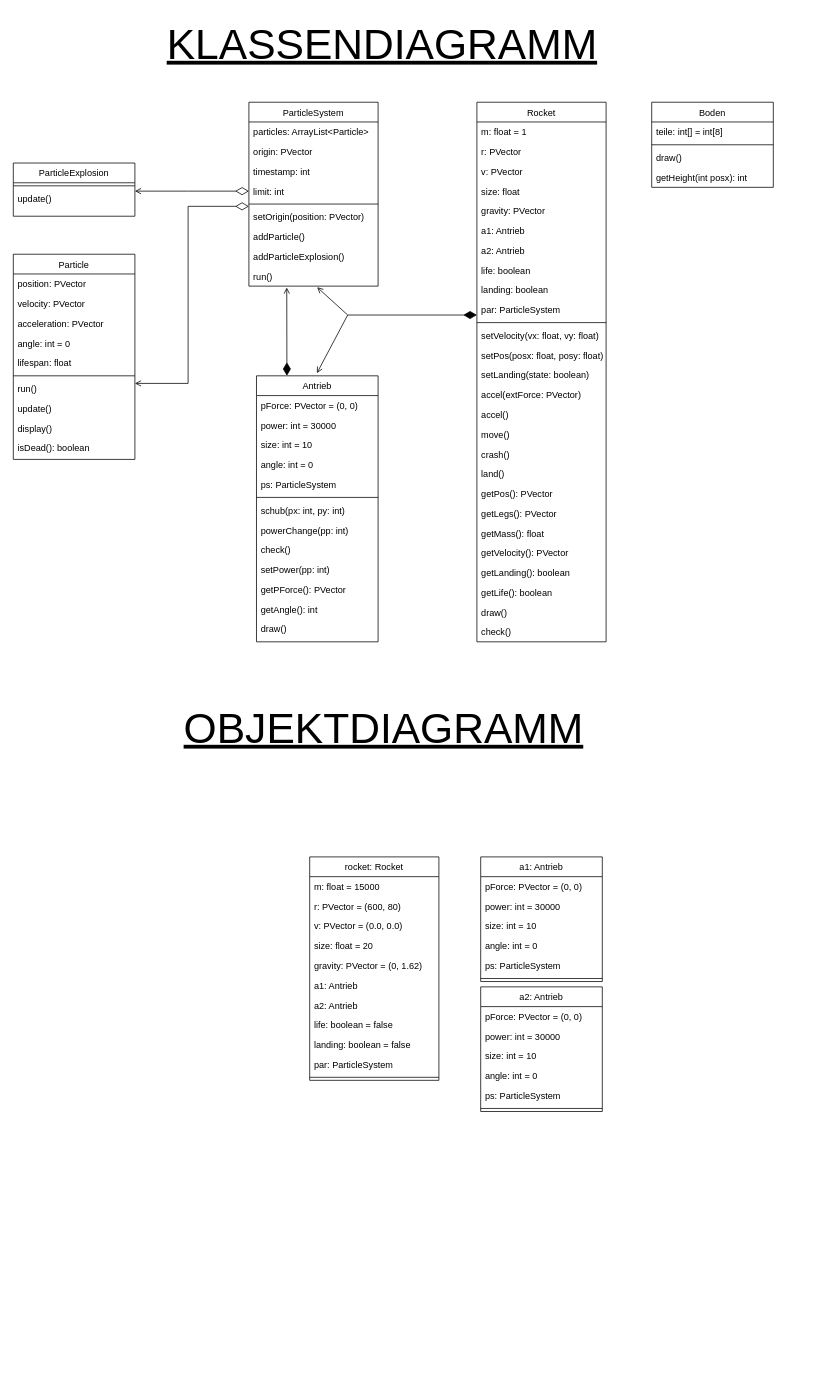
Before: SzeneDiagramme.drawio in BtotheBen/LandingRocketOnMoon, a draw.io diagram. Source tidied: cells renumbered, new cells numbered last; positions are measured from the earlier drawing's top-left corner, leaving out a move shared by most shapes. Both pictures are drawn from the tidied source at 76%, with x=0, y=0 at pixel (13, 13).
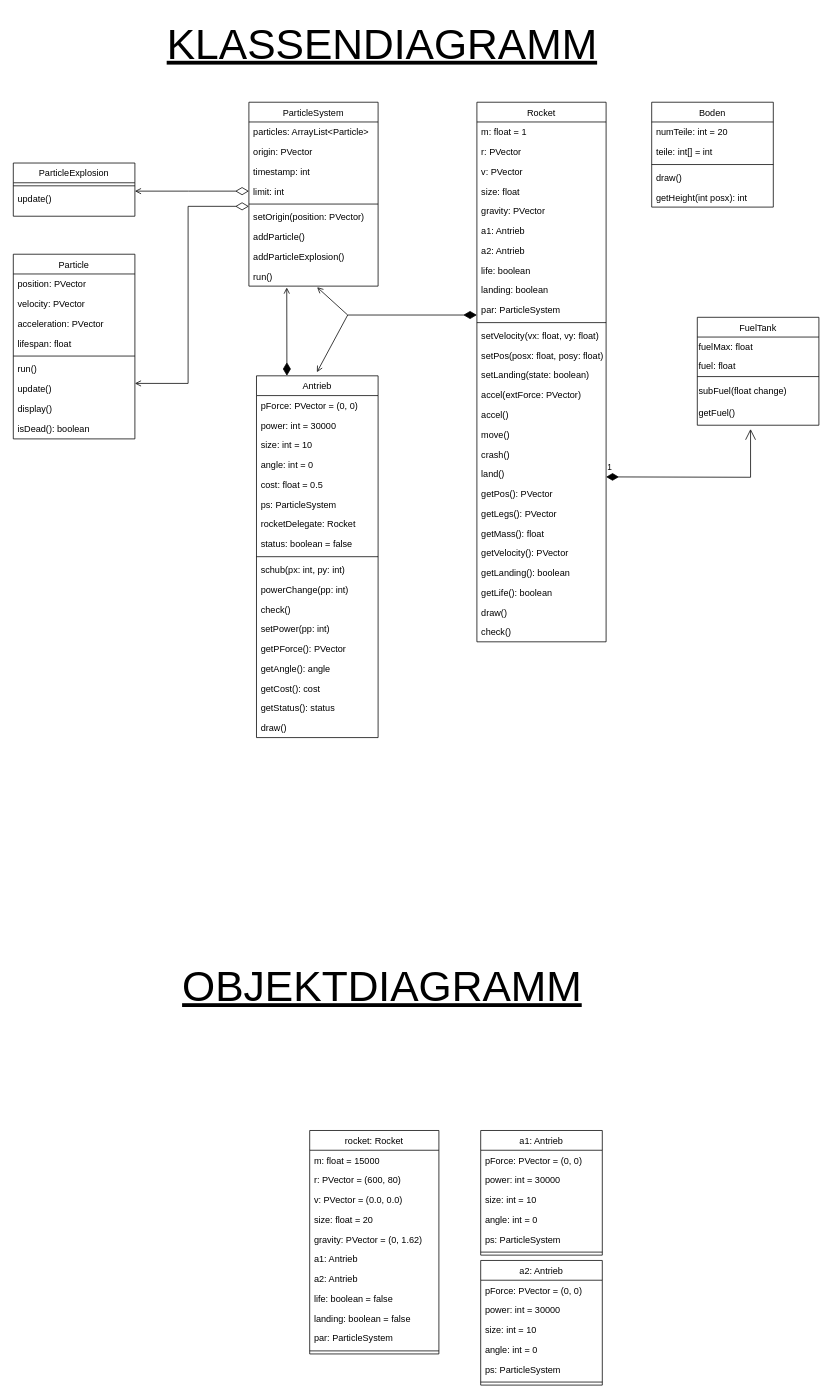
Above is the later version.

Diff of the diagram source:
```diff
@@
     <mxCell id="2" value="Antrieb&#10;" style="swimlane;fontStyle=0;align=center;verticalAlign=top;horizontal=1;startSize=26;rounded=0;shadow=0;strokeWidth=1;" parent="1" vertex="1">
-      <mxGeometry x="320" y="477" width="160" height="350" as="geometry" />
+      <mxGeometry x="320" y="477" width="160" height="476" as="geometry" />
     </mxCell>
@@
+    <mxCell id="107" value="cost: float = 0.5" style="text;align=left;verticalAlign=top;spacingLeft=4;spacingRight=4;overflow=hidden;rounded=0;shadow=0;html=0;" parent="2" vertex="1">
+      <mxGeometry y="130" width="160" height="26" as="geometry" />
+    </mxCell>
     <mxCell id="7" value="ps: ParticleSystem" style="text;align=left;verticalAlign=top;spacingLeft=4;spacingRight=4;overflow=hidden;rounded=0;shadow=0;html=0;" parent="2" vertex="1">
-      <mxGeometry y="130" width="160" height="26" as="geometry" />
+      <mxGeometry y="156" width="160" height="26" as="geometry" />
     </mxCell>
+    <mxCell id="108" value="rocketDelegate: Rocket" style="text;align=left;verticalAlign=top;spacingLeft=4;spacingRight=4;overflow=hidden;rounded=0;shadow=0;html=0;" parent="2" vertex="1">
+      <mxGeometry y="182" width="160" height="26" as="geometry" />
+    </mxCell>
+    <mxCell id="109" value="status: boolean = false" style="text;align=left;verticalAlign=top;spacingLeft=4;spacingRight=4;overflow=hidden;rounded=0;shadow=0;html=0;" parent="2" vertex="1">
+      <mxGeometry y="208" width="160" height="26" as="geometry" />
+    </mxCell>
     <mxCell id="8" style="line;html=1;strokeWidth=1;align=left;verticalAlign=middle;spacingTop=-1;spacingLeft=3;spacingRight=3;labelPosition=right;" parent="2" vertex="1">
-      <mxGeometry y="156" width="160" height="8" as="geometry" />
+      <mxGeometry y="234" width="160" height="8" as="geometry" />
     </mxCell>
     <mxCell id="9" value="schub(px: int, py: int)" style="text;align=left;verticalAlign=top;spacingLeft=4;spacingRight=4;overflow=hidden;" parent="2" vertex="1">
-      <mxGeometry y="164" width="160" height="26" as="geometry" />
+      <mxGeometry y="242" width="160" height="26" as="geometry" />
     </mxCell>
     <mxCell id="10" value="powerChange(pp: int)" style="text;align=left;verticalAlign=top;spacingLeft=4;spacingRight=4;overflow=hidden;" parent="2" vertex="1">
-      <mxGeometry y="190" width="160" height="26" as="geometry" />
+      <mxGeometry y="268" width="160" height="26" as="geometry" />
     </mxCell>
     <mxCell id="11" value="check()" style="text;align=left;verticalAlign=top;spacingLeft=4;spacingRight=4;overflow=hidden;" parent="2" vertex="1">
-      <mxGeometry y="216" width="160" height="26" as="geometry" />
+      <mxGeometry y="294" width="160" height="26" as="geometry" />
     </mxCell>
     <mxCell id="12" value="setPower(pp: int)" style="text;align=left;verticalAlign=top;spacingLeft=4;spacingRight=4;overflow=hidden;" parent="2" vertex="1">
-      <mxGeometry y="242" width="160" height="26" as="geometry" />
+      <mxGeometry y="320" width="160" height="26" as="geometry" />
     </mxCell>
     <mxCell id="13" value="getPForce(): PVector" style="text;align=left;verticalAlign=top;spacingLeft=4;spacingRight=4;overflow=hidden;" parent="2" vertex="1">
-      <mxGeometry y="268" width="160" height="26" as="geometry" />
+      <mxGeometry y="346" width="160" height="26" as="geometry" />
     </mxCell>
-    <mxCell id="14" value="getAngle(): int" style="text;align=left;verticalAlign=top;spacingLeft=4;spacingRight=4;overflow=hidden;" parent="2" vertex="1">
-      <mxGeometry y="294" width="160" height="26" as="geometry" />
+    <mxCell id="14" value="getAngle(): angle" style="text;align=left;verticalAlign=top;spacingLeft=4;spacingRight=4;overflow=hidden;" parent="2" vertex="1">
+      <mxGeometry y="372" width="160" height="26" as="geometry" />
     </mxCell>
+    <mxCell id="110" value="getCost(): cost" style="text;align=left;verticalAlign=top;spacingLeft=4;spacingRight=4;overflow=hidden;" parent="2" vertex="1">
+      <mxGeometry y="398" width="160" height="26" as="geometry" />
+    </mxCell>
+    <mxCell id="111" value="getStatus(): status" style="text;align=left;verticalAlign=top;spacingLeft=4;spacingRight=4;overflow=hidden;" parent="2" vertex="1">
+      <mxGeometry y="424" width="160" height="26" as="geometry" />
+    </mxCell>
     <mxCell id="15" value="draw()" style="text;align=left;verticalAlign=top;spacingLeft=4;spacingRight=4;overflow=hidden;" parent="2" vertex="1">
-      <mxGeometry y="320" width="160" height="26" as="geometry" />
+      <mxGeometry y="450" width="160" height="26" as="geometry" />
     </mxCell>
     <mxCell id="16" value="Boden" style="swimlane;fontStyle=0;align=center;verticalAlign=top;horizontal=1;startSize=26;rounded=0;shadow=0;strokeWidth=1;" parent="1" vertex="1">
-      <mxGeometry x="840" y="117" width="160" height="112" as="geometry" />
+      <mxGeometry x="840" y="117" width="160" height="138" as="geometry" />
     </mxCell>
-    <mxCell id="17" value="teile: int[] = int[8]" style="text;align=left;verticalAlign=top;spacingLeft=4;spacingRight=4;overflow=hidden;" parent="16" vertex="1">
+    <mxCell id="17" value="numTeile: int = 20" style="text;align=left;verticalAlign=top;spacingLeft=4;spacingRight=4;overflow=hidden;" parent="16" vertex="1">
       <mxGeometry y="26" width="160" height="26" as="geometry" />
     </mxCell>
+    <mxCell id="112" value="teile: int[] = int" style="text;align=left;verticalAlign=top;spacingLeft=4;spacingRight=4;overflow=hidden;" parent="16" vertex="1">
+      <mxGeometry y="52" width="160" height="26" as="geometry" />
+    </mxCell>
     <mxCell id="18" style="line;html=1;strokeWidth=1;align=left;verticalAlign=middle;spacingTop=-1;spacingLeft=3;spacingRight=3;labelPosition=right;" parent="16" vertex="1">
-      <mxGeometry y="52" width="160" height="8" as="geometry" />
+      <mxGeometry y="78" width="160" height="8" as="geometry" />
     </mxCell>
     <mxCell id="19" value="draw()" style="text;align=left;verticalAlign=top;spacingLeft=4;spacingRight=4;overflow=hidden;" parent="16" vertex="1">
-      <mxGeometry y="60" width="160" height="26" as="geometry" />
+      <mxGeometry y="86" width="160" height="26" as="geometry" />
     </mxCell>
     <mxCell id="20" value="getHeight(int posx): int" style="text;align=left;verticalAlign=top;spacingLeft=4;spacingRight=4;overflow=hidden;" parent="16" vertex="1">
-      <mxGeometry y="86" width="160" height="26" as="geometry" />
+      <mxGeometry y="112" width="160" height="26" as="geometry" />
     </mxCell>
     <mxCell id="21" value="Particle&#10;" style="swimlane;fontStyle=0;align=center;verticalAlign=top;horizontal=1;startSize=26;rounded=0;shadow=0;strokeWidth=1;" parent="1" vertex="1">
-      <mxGeometry y="317" width="160" height="270" as="geometry" />
+      <mxGeometry y="317" width="160" height="243" as="geometry" />
     </mxCell>
@@
-    <mxCell id="25" value="angle: int = 0" style="text;align=left;verticalAlign=top;spacingLeft=4;spacingRight=4;overflow=hidden;rounded=0;shadow=0;html=0;" parent="21" vertex="1">
-      <mxGeometry y="104" width="160" height="26" as="geometry" />
-    </mxCell>
     <mxCell id="26" value="lifespan: float" style="text;align=left;verticalAlign=top;spacingLeft=4;spacingRight=4;overflow=hidden;rounded=0;shadow=0;html=0;" parent="21" vertex="1">
-      <mxGeometry y="130" width="160" height="26" as="geometry" />
+      <mxGeometry y="104" width="160" height="26" as="geometry" />
     </mxCell>
     <mxCell id="27" style="line;html=1;strokeWidth=1;align=left;verticalAlign=middle;spacingTop=-1;spacingLeft=3;spacingRight=3;labelPosition=right;" parent="21" vertex="1">
-      <mxGeometry y="156" width="160" height="8" as="geometry" />
+      <mxGeometry y="130" width="160" height="8" as="geometry" />
     </mxCell>
     <mxCell id="28" value="run()" style="text;align=left;verticalAlign=top;spacingLeft=4;spacingRight=4;overflow=hidden;" parent="21" vertex="1">
-      <mxGeometry y="164" width="160" height="26" as="geometry" />
+      <mxGeometry y="138" width="160" height="26" as="geometry" />
     </mxCell>
     <mxCell id="29" value="update()" style="text;align=left;verticalAlign=top;spacingLeft=4;spacingRight=4;overflow=hidden;" parent="21" vertex="1">
-      <mxGeometry y="190" width="160" height="26" as="geometry" />
+      <mxGeometry y="164" width="160" height="26" as="geometry" />
     </mxCell>
     <mxCell id="30" value="display()" style="text;align=left;verticalAlign=top;spacingLeft=4;spacingRight=4;overflow=hidden;" parent="21" vertex="1">
-      <mxGeometry y="216" width="160" height="26" as="geometry" />
+      <mxGeometry y="190" width="160" height="26" as="geometry" />
     </mxCell>
     <mxCell id="31" value="isDead(): boolean" style="text;align=left;verticalAlign=top;spacingLeft=4;spacingRight=4;overflow=hidden;" parent="21" vertex="1">
-      <mxGeometry y="242" width="160" height="26" as="geometry" />
+      <mxGeometry y="216" width="160" height="26" as="geometry" />
     </mxCell>
@@
     <mxCell id="80" value="&lt;font size=&quot;1&quot; style=&quot;&quot;&gt;&lt;u style=&quot;font-size: 56px;&quot;&gt;OBJEKTDIAGRAMM&lt;/u&gt;&lt;/font&gt;" style="text;html=1;align=center;verticalAlign=middle;strokeColor=none;fillColor=none;" parent="1" vertex="1">
-      <mxGeometry x="212" y="900" width="550" height="80" as="geometry" />
+      <mxGeometry x="210" y="1240" width="550" height="80" as="geometry" />
     </mxCell>
     <mxCell id="81" value="rocket: Rocket" style="swimlane;fontStyle=0;align=center;verticalAlign=top;horizontal=1;startSize=26;rounded=0;shadow=0;strokeWidth=1;" parent="1" vertex="1">
-      <mxGeometry x="390" y="1110" width="170" height="294" as="geometry" />
+      <mxGeometry x="390" y="1470" width="170" height="294" as="geometry" />
     </mxCell>
@@
     <mxCell id="93" value="a1: Antrieb&#10;" style="swimlane;fontStyle=0;align=center;verticalAlign=top;horizontal=1;startSize=26;rounded=0;shadow=0;strokeWidth=1;" parent="1" vertex="1">
-      <mxGeometry x="615" y="1110" width="160" height="164" as="geometry" />
+      <mxGeometry x="615" y="1470" width="160" height="164" as="geometry" />
     </mxCell>
@@
     <mxCell id="100" value="a2: Antrieb&#10;" style="swimlane;fontStyle=0;align=center;verticalAlign=top;horizontal=1;startSize=26;rounded=0;shadow=0;strokeWidth=1;" parent="1" vertex="1">
-      <mxGeometry x="615" y="1281" width="160" height="164" as="geometry" />
+      <mxGeometry x="615" y="1641" width="160" height="164" as="geometry" />
     </mxCell>
@@
+    <mxCell id="113" value="FuelTank" style="swimlane;fontStyle=0;align=center;verticalAlign=top;horizontal=1;startSize=26;rounded=0;shadow=0;strokeWidth=1;" parent="1" vertex="1">
+      <mxGeometry x="900" y="400" width="160" height="142" as="geometry" />
+    </mxCell>
+    <mxCell id="114" value="fuelMax: float" style="text;html=1;strokeColor=none;fillColor=none;align=left;horizontalAlign=middle;whiteSpace=wrap;rounded=0;" parent="113" vertex="1">
+      <mxGeometry y="26" width="160" height="24" as="geometry" />
+    </mxCell>
+    <mxCell id="115" value="fuel: float" style="text;html=1;strokeColor=none;fillColor=none;align=left;horizontalAlign=middle;whiteSpace=wrap;rounded=0;" parent="113" vertex="1">
+      <mxGeometry y="50" width="160" height="24" as="geometry" />
+    </mxCell>
+    <mxCell id="116" style="line;html=1;strokeWidth=1;align=left;verticalAlign=middle;spacingTop=-1;spacingLeft=3;spacingRight=3;labelPosition=right;" parent="113" vertex="1">
+      <mxGeometry y="74" width="160" height="8" as="geometry" />
+    </mxCell>
+    <mxCell id="117" value="subFuel(float change)" style="text;html=1;align=left;verticalAlign=middle;strokeColor=none;fillColor=none;" parent="113" vertex="1">
+      <mxGeometry y="82" width="160" height="30" as="geometry" />
+    </mxCell>
+    <mxCell id="118" value="getFuel()" style="text;html=1;align=left;verticalAlign=middle;points=[];strokeColor=none;fillColor=none;" parent="113" vertex="1">
+      <mxGeometry y="112" width="160" height="30" as="geometry" />
+    </mxCell>
+    <mxCell id="119" value="1" style="endArrow=open;html=1;endSize=12;startArrow=diamondThin;startSize=14;startFill=1;edgeStyle=orthogonalEdgeStyle;align=left;verticalAlign=bottom;rounded=0;entryX=0.438;entryY=1.167;entryDx=0;entryDy=0;entryPerimeter=0;" parent="1" edge="1" target="118">
+      <mxGeometry x="-1" y="3" relative="1" as="geometry">
+        <mxPoint x="780" y="610" as="sourcePoint" />
+      </mxGeometry>
+    </mxCell>
```
